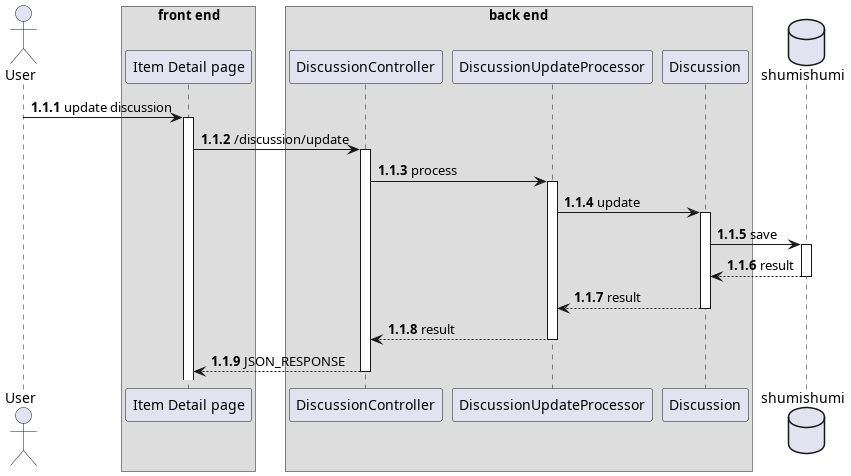
Earlier version of the PlantUML export thesis/latex/diagram/sequence diagram/14. discussion/edit discussion/edit discussion.png (aldihsuhandi/skripsi-2023). Its diagram source:
```plantuml
@startuml update discussion
autonumber 1.1.1

actor User as u

box "front end"
participant "Item Detail page" as detail
end box

box "back end"
participant "DiscussionController" as dc

participant "DiscussionUpdateProcessor" as proc
participant "Discussion" as dm
end box

database shumishumi as db

u -> detail++ : update discussion
detail -> dc++ : /discussion/update

dc -> proc++ : process

proc -> dm++ : update
dm -> db++ : save
return result
return result
return result
return JSON_RESPONSE

@enduml
```
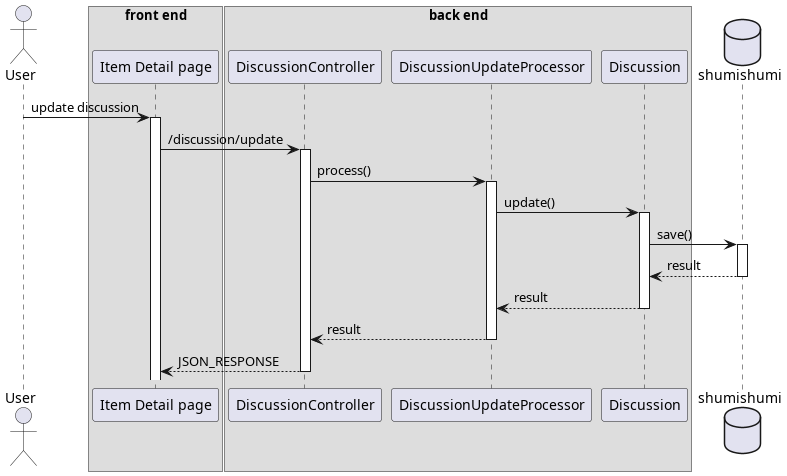
After the change.

Diff of the diagram source:
```diff
@@ -1,5 +1,4 @@
 @startuml update discussion
-autonumber 1.1.1
 
 actor User as u
 
@@ -19,10 +18,10 @@
 u -> detail++ : update discussion
 detail -> dc++ : /discussion/update
 
-dc -> proc++ : process
+dc -> proc++ : process()
 
-proc -> dm++ : update
-dm -> db++ : save
+proc -> dm++ : update()
+dm -> db++ : save()
 return result
 return result
 return result
```
